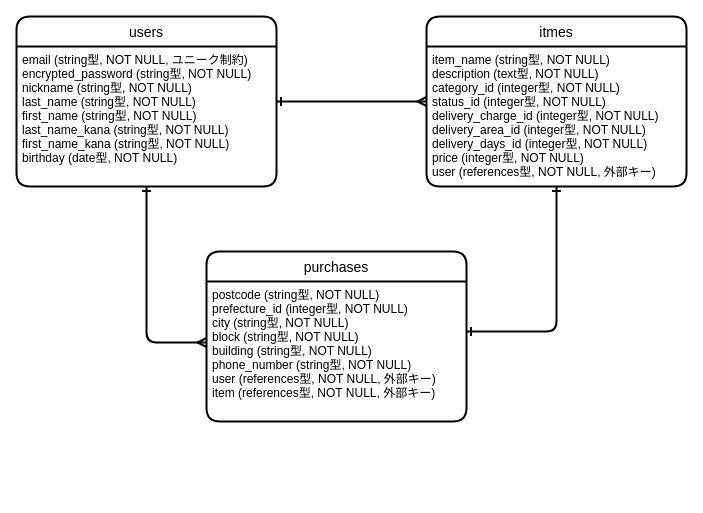
Above: ER.dio in mimimiguchi/furima-37173 (draw.io), before the change. Source tidied: cells renumbered, new cells numbered last; positions are measured from the earlier drawing's top-left corner, leaving out a move shared by most shapes. Both pictures are drawn from the tidied source at 100%, with x=0, y=0 at pixel (16, 16).
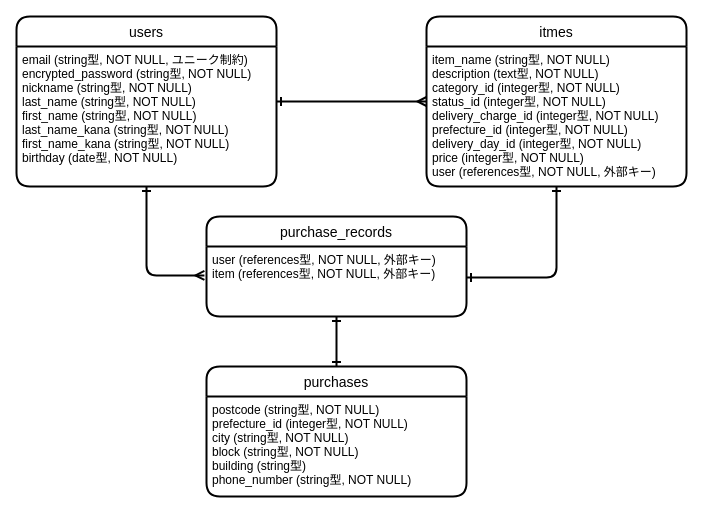
Above is the later version.

Commit message (it also covers changes not shown here):
データベース設計の修正1

The edit, as a diff of the source:
```diff
@@
 <mxGraphModel>
   <root>
     <mxCell id="0" />
     <mxCell id="1" parent="0" />
     <mxCell id="2" value="users" style="swimlane;horizontal=1;startSize=30;rounded=1;fontSize=14;fontStyle=0;strokeWidth=2;shadow=0;dashed=0;align=center;" parent="1" vertex="1">
       <mxGeometry width="260" height="170" as="geometry" />
     </mxCell>
     <mxCell id="3" value="email (string型, NOT NULL, ユニーク制約)&#10;encrypted_password (string型, NOT NULL)&#10;nickname (string型, NOT NULL)&#10;last_name (string型, NOT NULL)&#10;first_name (string型, NOT NULL)&#10;last_name_kana (string型, NOT NULL)&#10;first_name_kana (string型, NOT NULL)&#10;birthday (date型, NOT NULL)" style="align=left;strokeColor=none;fillColor=none;spacingLeft=4;fontSize=12;verticalAlign=top;" parent="2" vertex="1">
       <mxGeometry y="30" width="260" height="140" as="geometry" />
     </mxCell>
+    <mxCell id="11" style="edgeStyle=orthogonalEdgeStyle;html=1;entryX=1;entryY=0.443;entryDx=0;entryDy=0;entryPerimeter=0;startArrow=ERone;startFill=0;endArrow=ERone;endFill=0;strokeWidth=2;" parent="1" edge="1" source="4" target="8">
+      <mxGeometry relative="1" as="geometry" />
+    </mxCell>
     <mxCell id="4" value="itmes" style="swimlane;horizontal=1;startSize=30;rounded=1;fontSize=14;fontStyle=0;strokeWidth=2;shadow=0;dashed=0;align=center;" parent="1" vertex="1">
       <mxGeometry x="410" width="260" height="170" as="geometry" />
     </mxCell>
-    <mxCell id="5" value="item_name (string型, NOT NULL)&#10;description (text型, NOT NULL)&#10;category_id (integer型, NOT NULL)&#10;status_id (integer型, NOT NULL)&#10;delivery_charge_id (integer型, NOT NULL)&#10;delivery_area_id (integer型, NOT NULL)&#10;delivery_days_id (integer型, NOT NULL)&#10;price (integer型, NOT NULL)&#10;user (references型, NOT NULL, 外部キー)&#10;" style="align=left;strokeColor=none;fillColor=none;spacingLeft=4;fontSize=12;verticalAlign=top;" parent="4" vertex="1">
+    <mxCell id="5" value="item_name (string型, NOT NULL)&#10;description (text型, NOT NULL)&#10;category_id (integer型, NOT NULL)&#10;status_id (integer型, NOT NULL)&#10;delivery_charge_id (integer型, NOT NULL)&#10;prefecture_id (integer型, NOT NULL)&#10;delivery_day_id (integer型, NOT NULL)&#10;price (integer型, NOT NULL)&#10;user (references型, NOT NULL, 外部キー)&#10;" style="align=left;strokeColor=none;fillColor=none;spacingLeft=4;fontSize=12;verticalAlign=top;" parent="4" vertex="1">
       <mxGeometry y="30" width="260" height="140" as="geometry" />
     </mxCell>
-    <mxCell id="6" style="edgeStyle=orthogonalEdgeStyle;html=1;endArrow=ERone;endFill=0;startArrow=ERone;startFill=0;strokeWidth=2;" parent="1" edge="1" source="7" target="5">
-      <mxGeometry relative="1" as="geometry">
-        <Array as="points">
-          <mxPoint x="540" y="315" />
-        </Array>
-      </mxGeometry>
-    </mxCell>
-    <mxCell id="7" value="purchases" style="swimlane;horizontal=1;startSize=30;rounded=1;fontSize=14;fontStyle=0;strokeWidth=2;shadow=0;dashed=0;align=center;" parent="1" vertex="1">
-      <mxGeometry x="190" y="235" width="260" height="170" as="geometry" />
+    <mxCell id="7" value="purchase_records" style="swimlane;horizontal=1;startSize=30;rounded=1;fontSize=14;fontStyle=0;strokeWidth=2;shadow=0;dashed=0;align=center;" parent="1" vertex="1">
+      <mxGeometry x="190" y="200" width="260" height="100" as="geometry" />
     </mxCell>
-    <mxCell id="8" value="postcode (string型, NOT NULL)&#10;prefecture_id (integer型, NOT NULL)&#10;city (string型, NOT NULL)&#10;block (string型, NOT NULL)&#10;building (string型, NOT NULL)&#10;phone_number (string型, NOT NULL)&#10;user (references型, NOT NULL, 外部キー)&#10;item (references型, NOT NULL, 外部キー)" style="align=left;strokeColor=none;fillColor=none;spacingLeft=4;fontSize=12;verticalAlign=top;" parent="7" vertex="1">
-      <mxGeometry y="30" width="260" height="140" as="geometry" />
+    <mxCell id="8" value="user (references型, NOT NULL, 外部キー)&#10;item (references型, NOT NULL, 外部キー)" style="align=left;strokeColor=none;fillColor=none;spacingLeft=4;fontSize=12;verticalAlign=top;" parent="7" vertex="1">
+      <mxGeometry y="30" width="260" height="70" as="geometry" />
     </mxCell>
     <mxCell id="9" style="edgeStyle=orthogonalEdgeStyle;html=1;startArrow=ERone;startFill=0;endArrow=ERmany;endFill=0;strokeWidth=2;" parent="1" edge="1" source="3" target="5">
       <mxGeometry relative="1" as="geometry">
         <Array as="points">
           <mxPoint x="310" y="85" />
           <mxPoint x="310" y="85" />
         </Array>
       </mxGeometry>
     </mxCell>
-    <mxCell id="10" style="edgeStyle=orthogonalEdgeStyle;html=1;startArrow=ERone;startFill=0;endArrow=ERmany;endFill=0;strokeWidth=2;" parent="1" edge="1" source="3">
-      <mxGeometry relative="1" as="geometry">
-        <mxPoint x="190" y="326" as="targetPoint" />
-        <Array as="points">
-          <mxPoint x="130" y="326" />
-        </Array>
-      </mxGeometry>
-    </mxCell>
+    <mxCell id="12" value="purchases" style="swimlane;horizontal=1;startSize=30;rounded=1;fontSize=14;fontStyle=0;strokeWidth=2;shadow=0;dashed=0;align=center;" parent="1" vertex="1">
+      <mxGeometry x="190" y="350" width="260" height="130" as="geometry" />
+    </mxCell>
+    <mxCell id="13" value="postcode (string型, NOT NULL)&#10;prefecture_id (integer型, NOT NULL)&#10;city (string型, NOT NULL)&#10;block (string型, NOT NULL)&#10;building (string型)&#10;phone_number (string型, NOT NULL)" style="align=left;strokeColor=none;fillColor=none;spacingLeft=4;fontSize=12;verticalAlign=top;" parent="12" vertex="1">
+      <mxGeometry y="30" width="260" height="100" as="geometry" />
+    </mxCell>
+    <mxCell id="14" style="edgeStyle=orthogonalEdgeStyle;html=1;entryX=-0.008;entryY=0.414;entryDx=0;entryDy=0;entryPerimeter=0;endArrow=ERmany;endFill=0;strokeWidth=2;startArrow=ERone;startFill=0;" parent="1" edge="1" source="3" target="8">
+      <mxGeometry relative="1" as="geometry">
+        <Array as="points">
+          <mxPoint x="130" y="259" />
+        </Array>
+      </mxGeometry>
+    </mxCell>
+    <mxCell id="15" style="edgeStyle=orthogonalEdgeStyle;html=1;startArrow=ERone;startFill=0;endArrow=ERone;endFill=0;strokeWidth=2;" parent="1" edge="1" source="8" target="12">
+      <mxGeometry relative="1" as="geometry" />
+    </mxCell>
   </root>
 </mxGraphModel>
```
